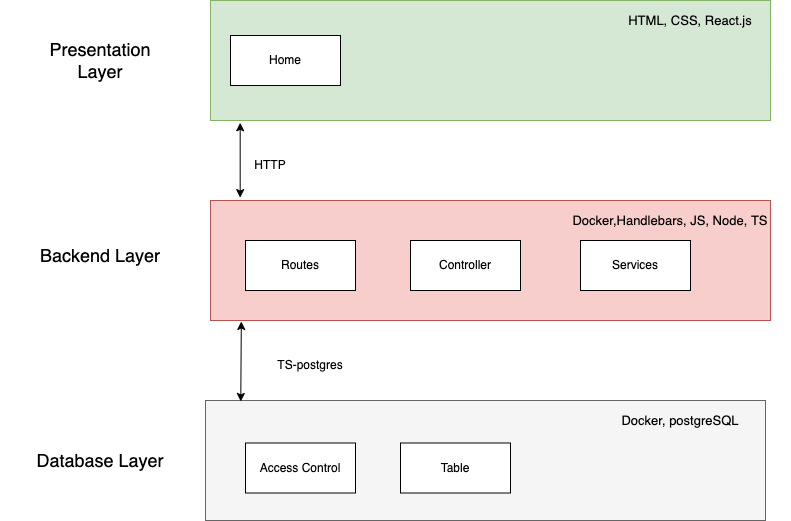
This is images/layer-architecture.png from lvonnied/Dsy_ChallengeTask, a draw.io export, as it was before one commit. Source tidied: cells renumbered, new cells last; positions are measured from the earlier drawing's top-left corner, leaving out a move shared by most shapes.
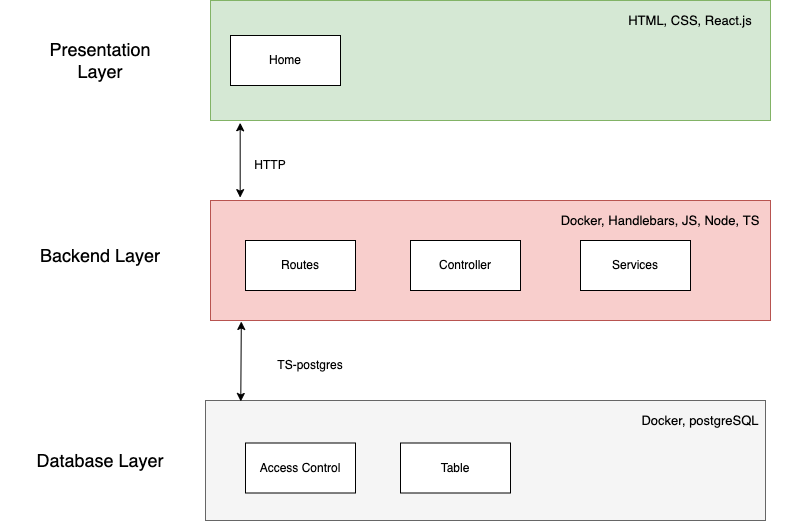
The same file after the commit.

Commit message:
spell check

Change to the diagram source:
```diff
@@ -17,8 +17,8 @@
     <mxCell id="6" value="HTTP" style="text;html=1;strokeColor=none;fillColor=none;align=center;verticalAlign=middle;whiteSpace=wrap;rounded=0;" parent="1" vertex="1">
       <mxGeometry x="240" y="150" width="60" height="30" as="geometry" />
     </mxCell>
-    <mxCell id="7" value="&lt;font style=&quot;font-size: 13px&quot;&gt;Docker,Handlebars, JS, Node, TS&lt;/font&gt;" style="text;html=1;strokeColor=none;fillColor=none;align=center;verticalAlign=middle;whiteSpace=wrap;rounded=0;" parent="1" vertex="1">
-      <mxGeometry x="560" y="200" width="220" height="40" as="geometry" />
+    <mxCell id="7" value="&lt;font style=&quot;font-size: 13px&quot;&gt;Docker, Handlebars, JS, Node, TS&lt;/font&gt;" style="text;html=1;strokeColor=none;fillColor=none;align=center;verticalAlign=middle;whiteSpace=wrap;rounded=0;" parent="1" vertex="1">
+      <mxGeometry x="550" y="200" width="220" height="40" as="geometry" />
     </mxCell>
     <mxCell id="8" value="&lt;font style=&quot;font-size: 18px&quot;&gt;Backend Layer&lt;/font&gt;" style="text;html=1;strokeColor=none;fillColor=none;align=center;verticalAlign=middle;whiteSpace=wrap;rounded=0;fontSize=13;" parent="1" vertex="1">
       <mxGeometry y="240" width="200" height="30" as="geometry" />
@@ -51,7 +51,7 @@
       <mxGeometry x="400" y="442.5" width="110" height="50" as="geometry" />
     </mxCell>
     <mxCell id="18" value="&lt;font style=&quot;font-size: 13px&quot;&gt;Docker, postgreSQL&lt;/font&gt;" style="text;html=1;strokeColor=none;fillColor=none;align=center;verticalAlign=middle;whiteSpace=wrap;rounded=0;" parent="1" vertex="1">
-      <mxGeometry x="580" y="400" width="200" height="40" as="geometry" />
+      <mxGeometry x="600" y="400" width="200" height="40" as="geometry" />
     </mxCell>
     <mxCell id="19" value="&lt;span style=&quot;font-size: 13px&quot;&gt;HTML, CSS, React.js&lt;/span&gt;" style="text;html=1;strokeColor=none;fillColor=none;align=center;verticalAlign=middle;whiteSpace=wrap;rounded=0;" parent="1" vertex="1">
       <mxGeometry x="590" width="200" height="40" as="geometry" />
```
